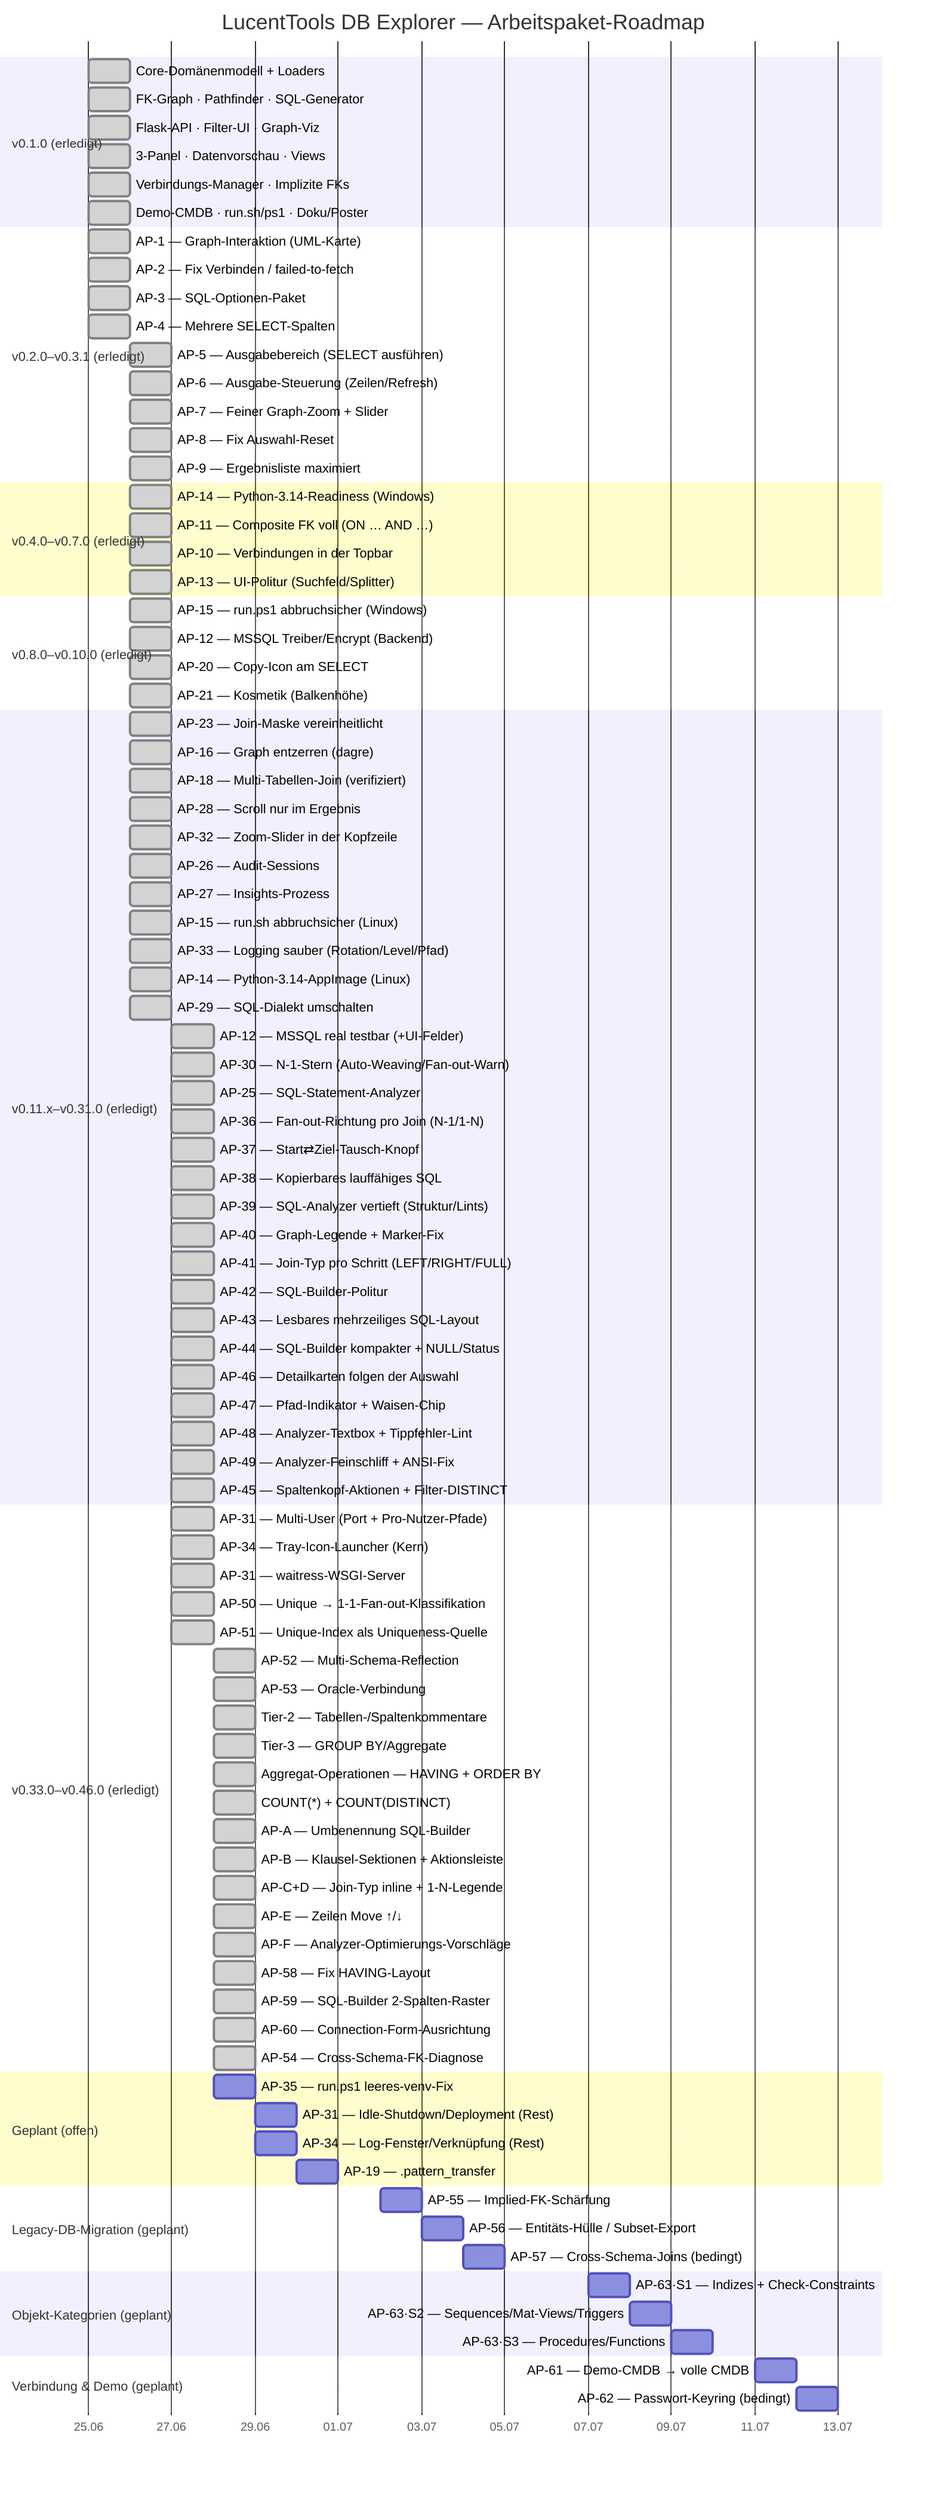
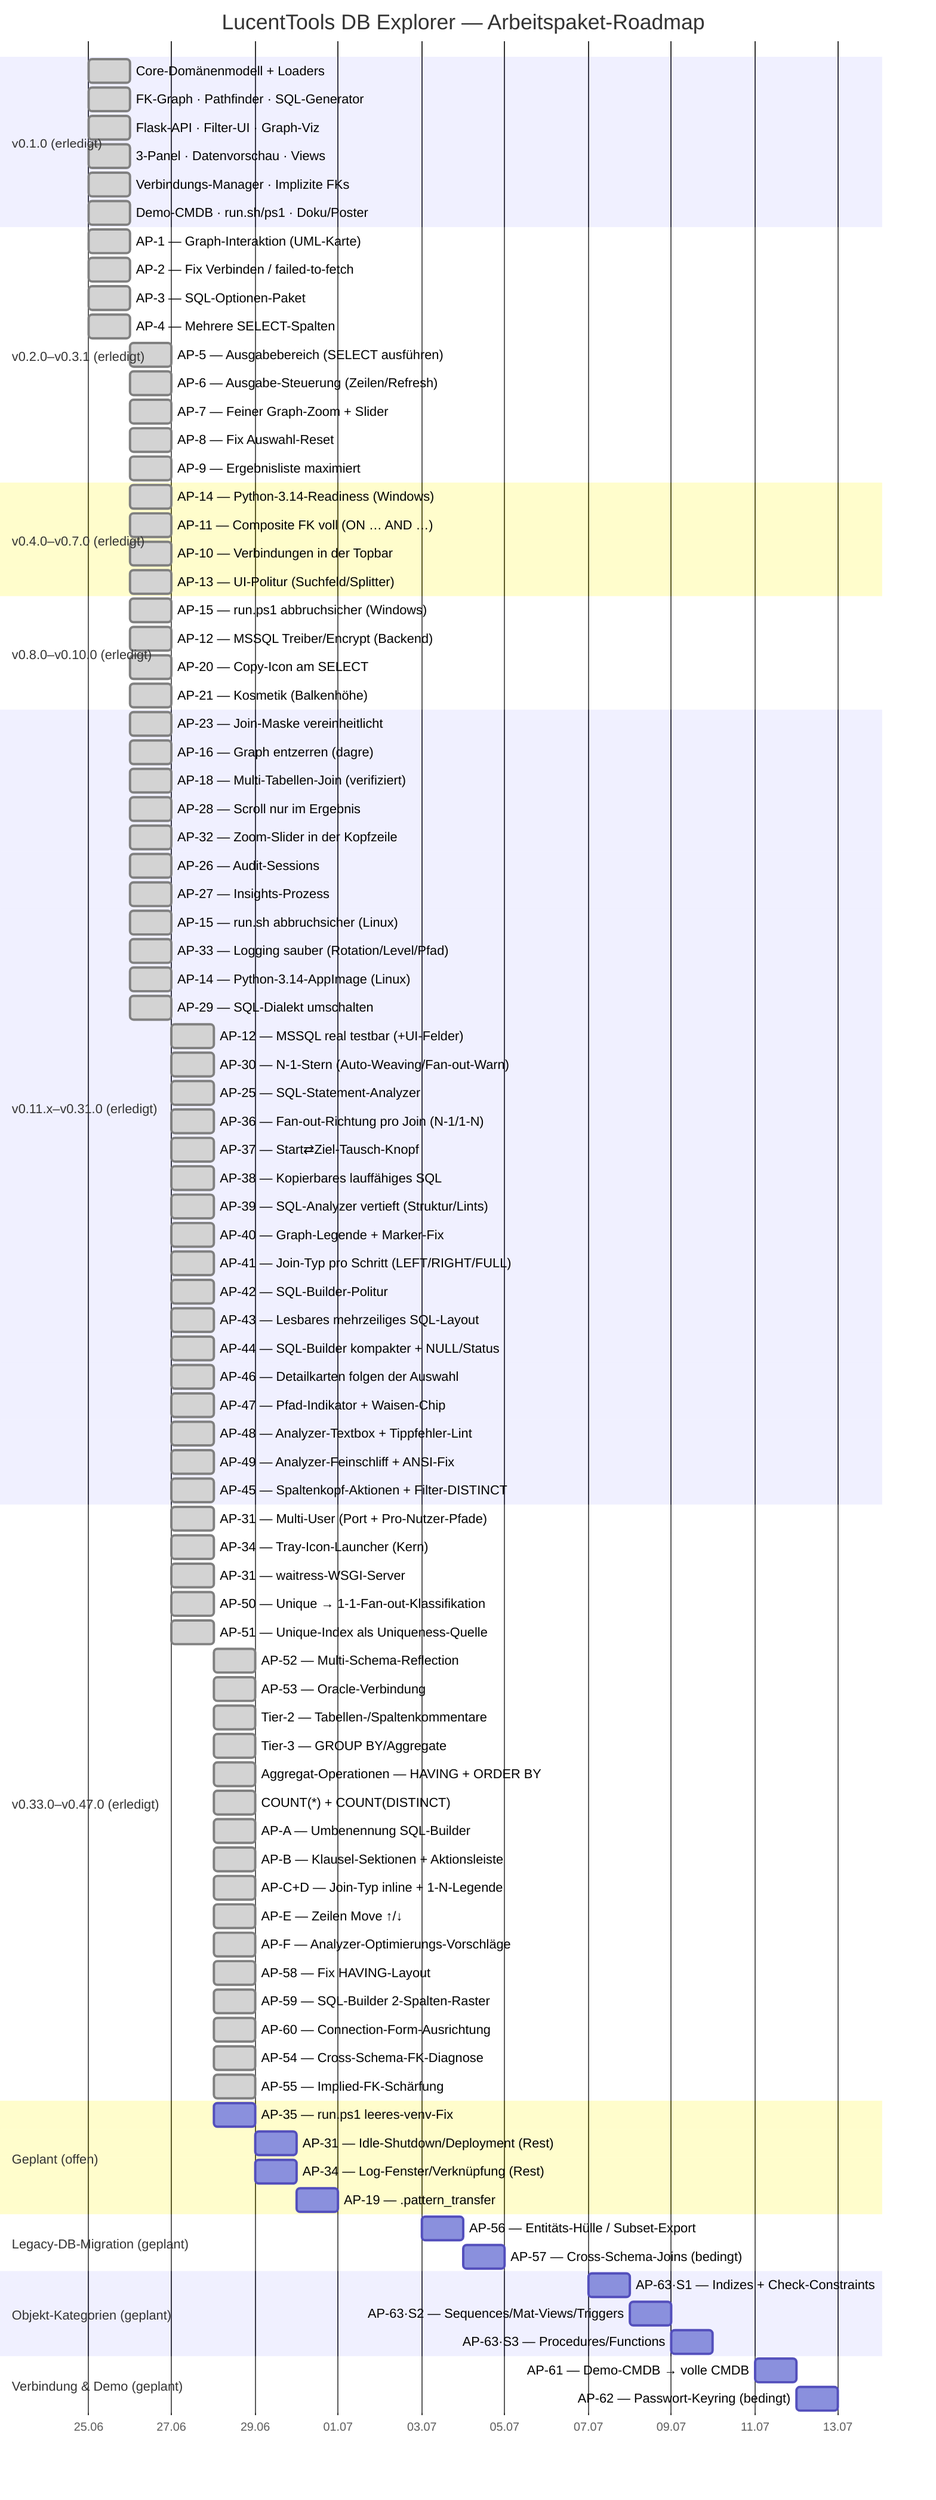
gantt
    title LucentTools DB Explorer — Arbeitspaket-Roadmap
    dateFormat  YYYY-MM-DD
    axisFormat  %d.%m

    section v0.1.0 (erledigt)
    Core-Domänenmodell + Loaders          :done, d1, 2026-06-25, 1d
    FK-Graph · Pathfinder · SQL-Generator :done, d2, 2026-06-25, 1d
    Flask-API · Filter-UI · Graph-Viz     :done, d3, 2026-06-25, 1d
    3-Panel · Datenvorschau · Views       :done, d4, 2026-06-25, 1d
    Verbindungs-Manager · Implizite FKs   :done, d5, 2026-06-25, 1d
    Demo-CMDB · run.sh/ps1 · Doku/Poster  :done, d6, 2026-06-25, 1d

    section v0.2.0–v0.3.1 (erledigt)
    AP-1 — Graph-Interaktion (UML-Karte)        :done, a1, 2026-06-25, 1d
    AP-2 — Fix Verbinden / failed-to-fetch      :done, a2, 2026-06-25, 1d
    AP-3 — SQL-Optionen-Paket                   :done, a3, 2026-06-25, 1d
    AP-4 — Mehrere SELECT-Spalten               :done, a4, 2026-06-25, 1d
    AP-5 — Ausgabebereich (SELECT ausführen)    :done, a5, 2026-06-26, 1d
    AP-6 — Ausgabe-Steuerung (Zeilen/Refresh)   :done, a6, 2026-06-26, 1d
    AP-7 — Feiner Graph-Zoom + Slider           :done, a7, 2026-06-26, 1d
    AP-8 — Fix Auswahl-Reset                    :done, a8, 2026-06-26, 1d
    AP-9 — Ergebnisliste maximiert              :done, a9, 2026-06-26, 1d

    section v0.4.0–v0.7.0 (erledigt)
    AP-14 — Python-3.14-Readiness (Windows)     :done, b1, 2026-06-26, 1d
    AP-11 — Composite FK voll (ON … AND …)      :done, b2, 2026-06-26, 1d
    AP-10 — Verbindungen in der Topbar          :done, b3, 2026-06-26, 1d
    AP-13 — UI-Politur (Suchfeld/Splitter)      :done, b4, 2026-06-26, 1d

    section v0.8.0–v0.10.0 (erledigt)
    AP-15 — run.ps1 abbruchsicher (Windows)     :done, c1, 2026-06-26, 1d
    AP-12 — MSSQL Treiber/Encrypt (Backend)     :done, c2, 2026-06-26, 1d
    AP-20 — Copy-Icon am SELECT                 :done, c3, 2026-06-26, 1d
    AP-21 — Kosmetik (Balkenhöhe)               :done, c4, 2026-06-26, 1d

    section v0.11.x–v0.31.0 (erledigt)
    AP-23 — Join-Maske vereinheitlicht          :done, e1, 2026-06-26, 1d
    AP-16 — Graph entzerren (dagre)             :done, e2, 2026-06-26, 1d
    AP-18 — Multi-Tabellen-Join (verifiziert)   :done, e3, 2026-06-26, 1d
    AP-28 — Scroll nur im Ergebnis              :done, e4, 2026-06-26, 1d
    AP-32 — Zoom-Slider in der Kopfzeile        :done, e5, 2026-06-26, 1d
    AP-26 — Audit-Sessions                      :done, e6, 2026-06-26, 1d
    AP-27 — Insights-Prozess                    :done, e7, 2026-06-26, 1d
    AP-15 — run.sh abbruchsicher (Linux)        :done, e8, 2026-06-26, 1d
    AP-33 — Logging sauber (Rotation/Level/Pfad) :done, e9, 2026-06-26, 1d
    AP-14 — Python-3.14-AppImage (Linux)         :done, e10, 2026-06-26, 1d
    AP-29 — SQL-Dialekt umschalten               :done, e11, 2026-06-26, 1d
    AP-12 — MSSQL real testbar (+UI-Felder)      :done, e12, 2026-06-27, 1d
    AP-30 — N-1-Stern (Auto-Weaving/Fan-out-Warn) :done, e13, 2026-06-27, 1d
    AP-25 — SQL-Statement-Analyzer               :done, e14, 2026-06-27, 1d
    AP-36 — Fan-out-Richtung pro Join (N-1/1-N)  :done, e15, 2026-06-27, 1d
    AP-37 — Start⇄Ziel-Tausch-Knopf              :done, e16, 2026-06-27, 1d
    AP-38 — Kopierbares lauffähiges SQL          :done, e17, 2026-06-27, 1d
    AP-39 — SQL-Analyzer vertieft (Struktur/Lints) :done, e18, 2026-06-27, 1d
    AP-40 — Graph-Legende + Marker-Fix           :done, e19, 2026-06-27, 1d
    AP-41 — Join-Typ pro Schritt (LEFT/RIGHT/FULL) :done, e20, 2026-06-27, 1d
    AP-42 — SQL-Builder-Politur                 :done, e21, 2026-06-27, 1d
    AP-43 — Lesbares mehrzeiliges SQL-Layout      :done, e22, 2026-06-27, 1d
    AP-44 — SQL-Builder kompakter + NULL/Status :done, e23, 2026-06-27, 1d
    AP-46 — Detailkarten folgen der Auswahl       :done, e24, 2026-06-27, 1d
    AP-47 — Pfad-Indikator + Waisen-Chip         :done, e25, 2026-06-27, 1d
    AP-48 — Analyzer-Textbox + Tippfehler-Lint   :done, e26, 2026-06-27, 1d
    AP-49 — Analyzer-Feinschliff + ANSI-Fix       :done, e27, 2026-06-27, 1d
    AP-45 — Spaltenkopf-Aktionen + Filter-DISTINCT :done, e28, 2026-06-27, 1d

-     section v0.33.0–v0.46.0 (erledigt)
+     section v0.33.0–v0.47.0 (erledigt)
    AP-31 — Multi-User (Port + Pro-Nutzer-Pfade) :done, f1, 2026-06-27, 1d
    AP-34 — Tray-Icon-Launcher (Kern)            :done, f2, 2026-06-27, 1d
    AP-31 — waitress-WSGI-Server                 :done, f3, 2026-06-27, 1d
    AP-50 — Unique → 1-1-Fan-out-Klassifikation  :done, f4, 2026-06-27, 1d
    AP-51 — Unique-Index als Uniqueness-Quelle   :done, f5, 2026-06-27, 1d
    AP-52 — Multi-Schema-Reflection              :done, f6, 2026-06-28, 1d
    AP-53 — Oracle-Verbindung                    :done, f7, 2026-06-28, 1d
    Tier-2 — Tabellen-/Spaltenkommentare         :done, f8, 2026-06-28, 1d
    Tier-3 — GROUP BY/Aggregate                  :done, f9, 2026-06-28, 1d
    Aggregat-Operationen — HAVING + ORDER BY     :done, f10, 2026-06-28, 1d
    COUNT(*) + COUNT(DISTINCT)                   :done, f11, 2026-06-28, 1d
    AP-A — Umbenennung SQL-Builder               :done, f12, 2026-06-28, 1d
    AP-B — Klausel-Sektionen + Aktionsleiste     :done, f13, 2026-06-28, 1d
    AP-C+D — Join-Typ inline + 1-N-Legende       :done, f14, 2026-06-28, 1d
    AP-E — Zeilen Move ↑/↓                        :done, f15, 2026-06-28, 1d
    AP-F — Analyzer-Optimierungs-Vorschläge      :done, f16, 2026-06-28, 1d
    AP-58 — Fix HAVING-Layout                    :done, f17, 2026-06-28, 1d
    AP-59 — SQL-Builder 2-Spalten-Raster        :done, f18, 2026-06-28, 1d
    AP-60 — Connection-Form-Ausrichtung         :done, f19, 2026-06-28, 1d
    AP-54 — Cross-Schema-FK-Diagnose            :done, f20, 2026-06-28, 1d
+     AP-55 — Implied-FK-Schärfung                :done, f21, 2026-06-28, 1d

    section Geplant (offen)
    AP-35 — run.ps1 leeres-venv-Fix             :p3, 2026-06-28, 1d
    AP-31 — Idle-Shutdown/Deployment (Rest)     :p5, 2026-06-29, 1d
    AP-34 — Log-Fenster/Verknüpfung (Rest)      :p6, 2026-06-29, 1d
    AP-19 — .pattern_transfer                   :p11, 2026-06-30, 1d

    section Legacy-DB-Migration (geplant)
-     AP-55 — Implied-FK-Schärfung                :p21, 2026-07-02, 1d
    AP-56 — Entitäts-Hülle / Subset-Export      :p22, 2026-07-03, 1d
    AP-57 — Cross-Schema-Joins (bedingt)        :p23, 2026-07-04, 1d

    section Objekt-Kategorien (geplant)
    AP-63·S1 — Indizes + Check-Constraints      :p30, 2026-07-07, 1d
    AP-63·S2 — Sequences/Mat-Views/Triggers     :p31, 2026-07-08, 1d
    AP-63·S3 — Procedures/Functions             :p32, 2026-07-09, 1d

    section Verbindung & Demo (geplant)
    AP-61 — Demo-CMDB → volle CMDB              :p41, 2026-07-11, 1d
    AP-62 — Passwort-Keyring (bedingt)          :p42, 2026-07-12, 1d
